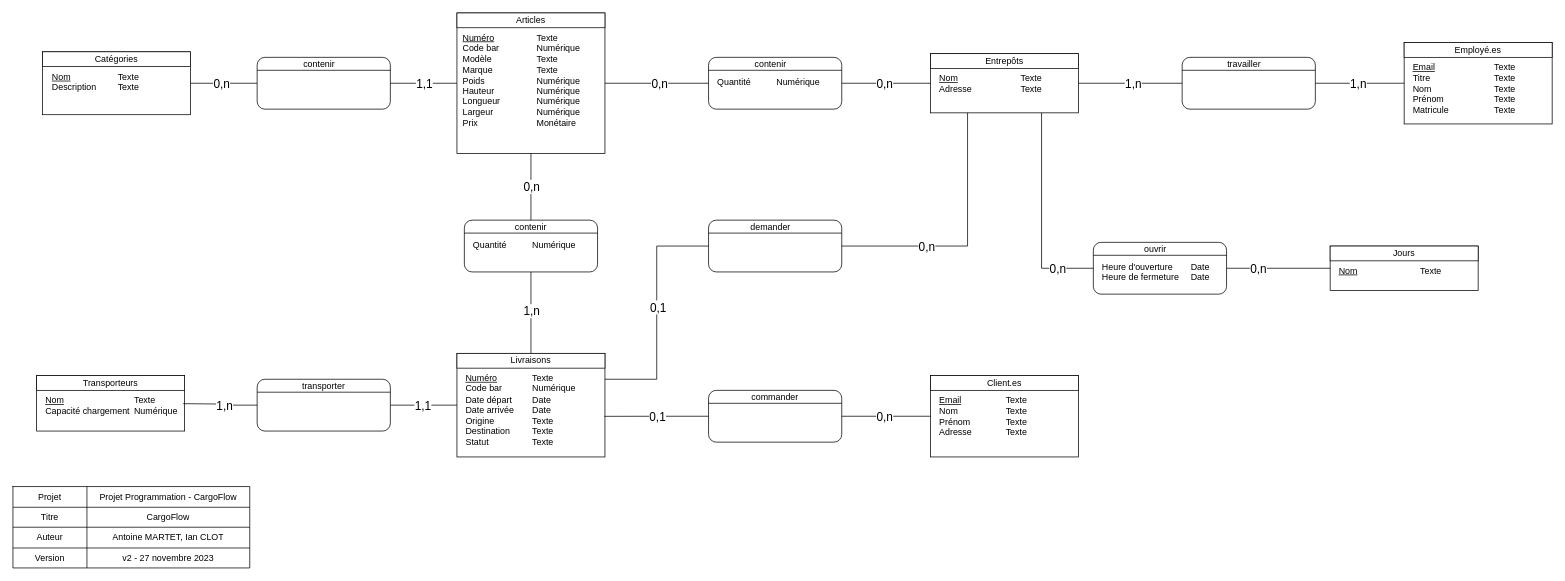
The draw.io diagram Documentation/CargoFlow_MCD_v2.drawio in AntoineMartet/CargoFlow, before the edit. Source tidied: cells renumbered, new cells numbered last; positions are measured from the earlier drawing's top-left corner, leaving out a move shared by most shapes. Both pictures are drawn from the tidied source at 74%, with x=0, y=0 at pixel (13, 13).
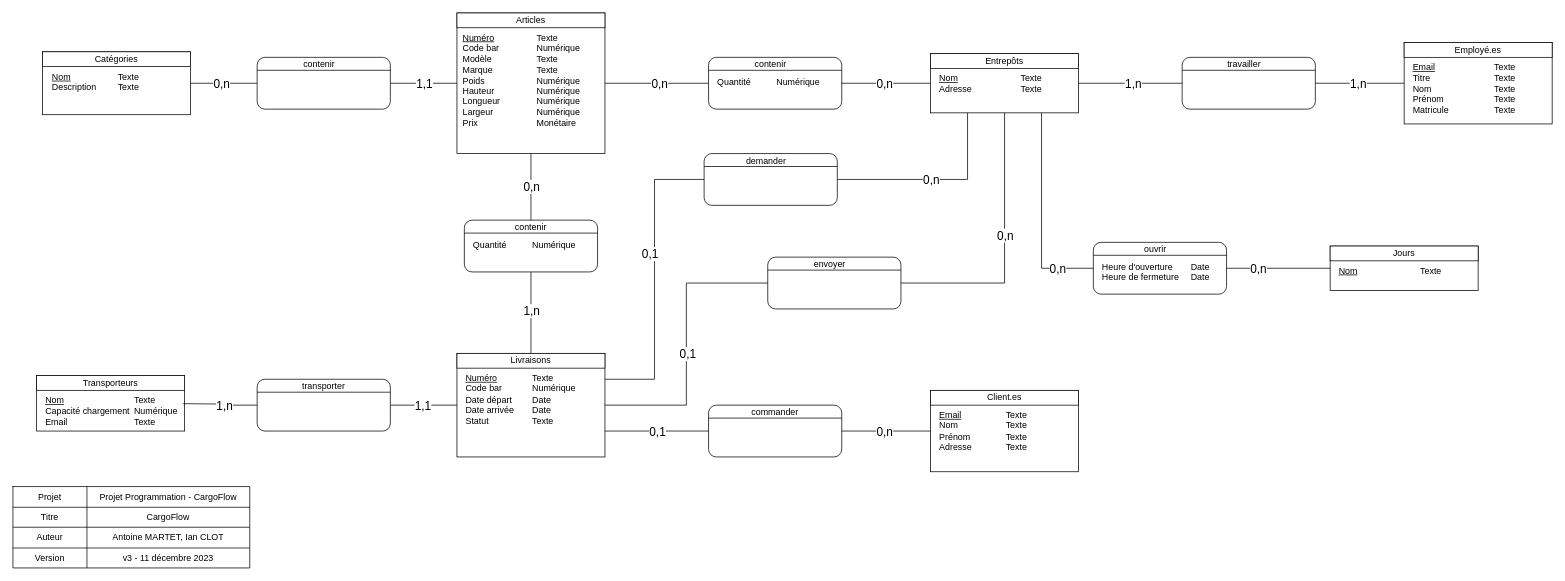
Above is the later version.

Commit message (it also covers changes not shown here):
Updated addresses in MCD/MLD and email type and gitignore file

Unchanged cells that the change refers to:
```xml
<mxCell id="27" style="shape=partialRectangle;html=1;whiteSpace=wrap;fillColor=none;top=0;left=0;bottom=0;right=0;" parent="17" vertex="1">
  <mxGeometry y="83" width="320" height="27" as="geometry" />
</mxCell>
<mxCell id="42" value="&lt;div style=&quot;box-sizing: border-box ; width: 100% ; padding: 2px&quot;&gt;&lt;br&gt;&lt;/div&gt;" style="verticalAlign=top;align=center;overflow=fill;html=1;rounded=0;shadow=0;comic=0;labelBackgroundColor=none;strokeColor=#000000;strokeWidth=1;fillColor=#ffffff;fontFamily=Verdana;fontSize=12;fontColor=#000000;" parent="1" vertex="1">
  <mxGeometry x="600" y="460" width="200" height="140" as="geometry" />
</mxCell>
<mxCell id="46" value="&lt;div style=&quot;box-sizing: border-box ; width: 100% ; padding: 2px&quot;&gt;&lt;br&gt;&lt;/div&gt;" style="verticalAlign=top;align=center;overflow=fill;html=1;rounded=0;shadow=0;comic=0;labelBackgroundColor=none;strokeColor=#000000;strokeWidth=1;fillColor=#ffffff;fontFamily=Verdana;fontSize=12;fontColor=#000000;" parent="1" vertex="1">
  <mxGeometry x="1240" y="55" width="200" height="80" as="geometry" />
</mxCell>
<mxCell id="58" style="edgeStyle=orthogonalEdgeStyle;rounded=0;jettySize=auto;html=1;startArrow=none;startFill=0;endArrow=none;endFill=0;exitX=0.25;exitY=1;exitDx=0;exitDy=0;entryX=1;entryY=0.5;entryDx=0;entryDy=0;" parent="1" edge="1" source="46" target="39">
  <mxGeometry relative="1" as="geometry" />
</mxCell>
<mxCell id="60" style="edgeStyle=orthogonalEdgeStyle;rounded=0;jettySize=auto;html=1;startArrow=none;startFill=0;endArrow=none;endFill=0;exitX=0;exitY=0.5;exitDx=0;exitDy=0;entryX=1;entryY=0.25;entryDx=0;entryDy=0;" parent="1" edge="1" source="39" target="42">
  <mxGeometry relative="1" as="geometry" />
</mxCell>
```

The edit, as a diff of the source:
```diff
@@
-    <mxCell id="29" value="v2 - 27 novembre 2023" style="shape=partialRectangle;html=1;whiteSpace=wrap;overflow=hidden;fillColor=none;top=0;left=0;bottom=0;right=0;" parent="27" vertex="1">
+    <mxCell id="29" value="v3 - 11 décembre 2023" style="shape=partialRectangle;html=1;whiteSpace=wrap;overflow=hidden;fillColor=none;top=0;left=0;bottom=0;right=0;" parent="27" vertex="1">
       <mxGeometry x="100" width="220" height="27" as="geometry" />
     </mxCell>
@@
     <mxCell id="36" value="&lt;div style=&quot;box-sizing: border-box ; width: 100% ; padding: 2px&quot;&gt;&lt;br&gt;&lt;/div&gt;" style="verticalAlign=top;align=center;overflow=fill;html=1;rounded=1;shadow=0;comic=0;labelBackgroundColor=none;strokeColor=#000000;strokeWidth=1;fillColor=#ffffff;fontFamily=Verdana;fontSize=12;fontColor=#000000;" parent="1" vertex="1">
-      <mxGeometry x="940" y="510" width="180" height="70" as="geometry" />
+      <mxGeometry x="940" y="530" width="180" height="70" as="geometry" />
     </mxCell>
@@
     <mxCell id="38" value="commander" style="text;html=1;strokeColor=none;fillColor=none;align=center;verticalAlign=middle;whiteSpace=wrap;rounded=0;" parent="1" vertex="1">
-      <mxGeometry x="970" y="510" width="120" height="20" as="geometry" />
+      <mxGeometry x="970" y="530" width="120" height="20" as="geometry" />
     </mxCell>
     <mxCell id="39" value="&lt;div style=&quot;box-sizing: border-box ; width: 100% ; padding: 2px&quot;&gt;&lt;br&gt;&lt;/div&gt;" style="verticalAlign=top;align=center;overflow=fill;html=1;rounded=1;shadow=0;comic=0;labelBackgroundColor=none;strokeColor=#000000;strokeWidth=1;fillColor=#ffffff;fontFamily=Verdana;fontSize=12;fontColor=#000000;" parent="1" vertex="1">
-      <mxGeometry x="940" y="280" width="180" height="70" as="geometry" />
+      <mxGeometry x="934" y="190" width="180" height="70" as="geometry" />
     </mxCell>
@@
     <mxCell id="41" value="demander" style="text;html=1;strokeColor=none;fillColor=none;align=center;verticalAlign=middle;whiteSpace=wrap;rounded=0;" parent="1" vertex="1">
-      <mxGeometry x="964" y="280" width="120" height="20" as="geometry" />
+      <mxGeometry x="958" y="190" width="120" height="20" as="geometry" />
     </mxCell>
@@
-    <mxCell id="44" value="&lt;u&gt;Numéro&lt;/u&gt;&lt;br&gt;Code bar&lt;br&gt;Date départ&lt;br&gt;Date arrivée&lt;br&gt;Origine&lt;br&gt;Destination&lt;br&gt;Statut" style="text;html=1;strokeColor=none;fillColor=none;align=left;verticalAlign=top;whiteSpace=wrap;rounded=0;" parent="1" vertex="1">
+    <mxCell id="44" value="&lt;u&gt;Numéro&lt;/u&gt;&lt;br&gt;Code bar&lt;br&gt;Date départ&lt;br&gt;Date arrivée&lt;br&gt;Statut" style="text;html=1;strokeColor=none;fillColor=none;align=left;verticalAlign=top;whiteSpace=wrap;rounded=0;" parent="1" vertex="1">
       <mxGeometry x="610" y="480" width="90" height="110" as="geometry" />
     </mxCell>
-    <mxCell id="45" value="Texte&lt;br&gt;Numérique&lt;br&gt;Date&lt;br&gt;Date&lt;br&gt;Texte&lt;br&gt;Texte&lt;br&gt;Texte" style="text;html=1;strokeColor=none;fillColor=none;align=left;verticalAlign=top;whiteSpace=wrap;rounded=0;" parent="1" vertex="1">
+    <mxCell id="45" value="Texte&lt;br&gt;Numérique&lt;br&gt;Date&lt;br&gt;Date&lt;br&gt;Texte" style="text;html=1;strokeColor=none;fillColor=none;align=left;verticalAlign=top;whiteSpace=wrap;rounded=0;" parent="1" vertex="1">
       <mxGeometry x="700" y="480" width="90" height="110" as="geometry" />
     </mxCell>
@@
     <mxCell id="50" value="&lt;div style=&quot;box-sizing: border-box ; width: 100% ; padding: 2px&quot;&gt;&lt;br&gt;&lt;/div&gt;" style="verticalAlign=top;align=center;overflow=fill;html=1;rounded=0;shadow=0;comic=0;labelBackgroundColor=none;strokeColor=#000000;strokeWidth=1;fillColor=#ffffff;fontFamily=Verdana;fontSize=12;fontColor=#000000;" parent="1" vertex="1">
-      <mxGeometry x="1240" y="490" width="200" height="110" as="geometry" />
+      <mxGeometry x="1240" y="510" width="200" height="110" as="geometry" />
     </mxCell>
     <mxCell id="51" value="Client.es" style="rounded=0;whiteSpace=wrap;html=1;" parent="1" vertex="1">
-      <mxGeometry x="1240" y="490" width="200" height="20" as="geometry" />
+      <mxGeometry x="1240" y="510" width="200" height="20" as="geometry" />
     </mxCell>
     <mxCell id="52" value="&lt;u&gt;Email&lt;/u&gt;&lt;br&gt;Nom&lt;br&gt;Prénom&lt;br&gt;Adresse" style="text;html=1;strokeColor=none;fillColor=none;align=left;verticalAlign=top;whiteSpace=wrap;rounded=0;" parent="1" vertex="1">
-      <mxGeometry x="1250" y="510" width="90" height="80" as="geometry" />
+      <mxGeometry x="1250" y="530" width="90" height="80" as="geometry" />
     </mxCell>
     <mxCell id="53" value="Texte&lt;br&gt;Texte&lt;br&gt;Texte&lt;br&gt;Texte" style="text;html=1;strokeColor=none;fillColor=none;align=left;verticalAlign=top;whiteSpace=wrap;rounded=0;" parent="1" vertex="1">
-      <mxGeometry x="1340" y="510" width="100" height="80" as="geometry" />
+      <mxGeometry x="1340" y="530" width="100" height="80" as="geometry" />
     </mxCell>
@@
     <mxCell id="59" value="0,n" style="text;html=1;align=center;verticalAlign=middle;labelBackgroundColor=#ffffff;fontSize=16;" parent="58" vertex="1">
       <mxGeometry x="-0.65" relative="1" as="geometry">
-        <mxPoint x="-56" y="119" as="offset" />
+        <mxPoint x="-50" y="43" as="offset" />
       </mxGeometry>
     </mxCell>
@@
     <mxCell id="61" value="0,1" style="text;html=1;align=center;verticalAlign=middle;labelBackgroundColor=#ffffff;fontSize=16;" parent="60" vertex="1">
       <mxGeometry x="-0.65" relative="1" as="geometry">
-        <mxPoint x="-13" y="82" as="offset" />
+        <mxPoint x="-7" y="96" as="offset" />
       </mxGeometry>
     </mxCell>
@@
-    <mxCell id="64" style="edgeStyle=orthogonalEdgeStyle;rounded=0;jettySize=auto;html=1;startArrow=none;startFill=0;endArrow=none;endFill=0;exitX=0;exitY=0.5;exitDx=0;exitDy=0;entryX=0.996;entryY=0.608;entryDx=0;entryDy=0;entryPerimeter=0;" parent="1" edge="1" source="36" target="42">
+    <mxCell id="64" style="edgeStyle=orthogonalEdgeStyle;rounded=0;jettySize=auto;html=1;startArrow=none;startFill=0;endArrow=none;endFill=0;exitX=0;exitY=0.5;exitDx=0;exitDy=0;entryX=1;entryY=0.75;entryDx=0;entryDy=0;" parent="1" edge="1" source="36" target="42">
       <mxGeometry relative="1" as="geometry" />
     </mxCell>
@@
-    <mxCell id="72" value="&lt;u&gt;Nom&lt;/u&gt;&lt;br&gt;Capacité chargement&lt;br&gt;" style="text;html=1;strokeColor=none;fillColor=none;align=left;verticalAlign=top;whiteSpace=wrap;rounded=0;" parent="1" vertex="1">
+    <mxCell id="72" value="&lt;u&gt;Nom&lt;/u&gt;&lt;br&gt;Capacité chargement&lt;br&gt;Email" style="text;html=1;strokeColor=none;fillColor=none;align=left;verticalAlign=top;whiteSpace=wrap;rounded=0;" parent="1" vertex="1">
       <mxGeometry x="42" y="510" width="119" height="60" as="geometry" />
     </mxCell>
-    <mxCell id="73" value="Texte&lt;br&gt;Numérique&lt;br&gt;" style="text;html=1;strokeColor=none;fillColor=none;align=left;verticalAlign=top;whiteSpace=wrap;rounded=0;" parent="1" vertex="1">
+    <mxCell id="73" value="Texte&lt;br&gt;Numérique&lt;br&gt;Texte" style="text;html=1;strokeColor=none;fillColor=none;align=left;verticalAlign=top;whiteSpace=wrap;rounded=0;" parent="1" vertex="1">
       <mxGeometry x="162" y="510" width="86" height="60" as="geometry" />
     </mxCell>
@@
+    <mxCell id="109" value="&lt;div style=&quot;box-sizing: border-box ; width: 100% ; padding: 2px&quot;&gt;&lt;br&gt;&lt;/div&gt;" style="verticalAlign=top;align=center;overflow=fill;html=1;rounded=1;shadow=0;comic=0;labelBackgroundColor=none;strokeColor=#000000;strokeWidth=1;fillColor=#ffffff;fontFamily=Verdana;fontSize=12;fontColor=#000000;" parent="1" vertex="1">
+      <mxGeometry x="1020" y="330" width="180" height="70" as="geometry" />
+    </mxCell>
+    <mxCell id="110" style="endArrow=none;html=1;entryX=1;entryY=0.25;entryDx=0;entryDy=0;exitX=0;exitY=0.25;exitDx=0;exitDy=0;" parent="1" edge="1" source="109" target="109">
+      <mxGeometry relative="1" as="geometry" />
+    </mxCell>
+    <mxCell id="111" value="envoyer" style="text;html=1;strokeColor=none;fillColor=none;align=center;verticalAlign=middle;whiteSpace=wrap;rounded=0;" parent="1" vertex="1">
+      <mxGeometry x="1044" y="330" width="120" height="20" as="geometry" />
+    </mxCell>
+    <mxCell id="112" style="edgeStyle=orthogonalEdgeStyle;rounded=0;jettySize=auto;html=1;startArrow=none;startFill=0;endArrow=none;endFill=0;exitX=0.5;exitY=1;exitDx=0;exitDy=0;entryX=1;entryY=0.5;entryDx=0;entryDy=0;" parent="1" edge="1" source="46" target="109">
+      <mxGeometry relative="1" as="geometry" />
+    </mxCell>
+    <mxCell id="113" value="0,n" style="text;html=1;align=center;verticalAlign=middle;labelBackgroundColor=#ffffff;fontSize=16;" parent="112" vertex="1">
+      <mxGeometry x="-0.65" relative="1" as="geometry">
+        <mxPoint y="100" as="offset" />
+      </mxGeometry>
+    </mxCell>
+    <mxCell id="114" style="edgeStyle=orthogonalEdgeStyle;rounded=0;jettySize=auto;html=1;startArrow=none;startFill=0;endArrow=none;endFill=0;exitX=0;exitY=0.5;exitDx=0;exitDy=0;entryX=1;entryY=0.5;entryDx=0;entryDy=0;" parent="1" edge="1" source="109" target="42">
+      <mxGeometry relative="1" as="geometry" />
+    </mxCell>
+    <mxCell id="115" value="0,1" style="text;html=1;align=center;verticalAlign=middle;labelBackgroundColor=#ffffff;fontSize=16;" parent="114" vertex="1">
+      <mxGeometry x="-0.65" relative="1" as="geometry">
+        <mxPoint x="-42" y="95" as="offset" />
+      </mxGeometry>
+    </mxCell>
```
